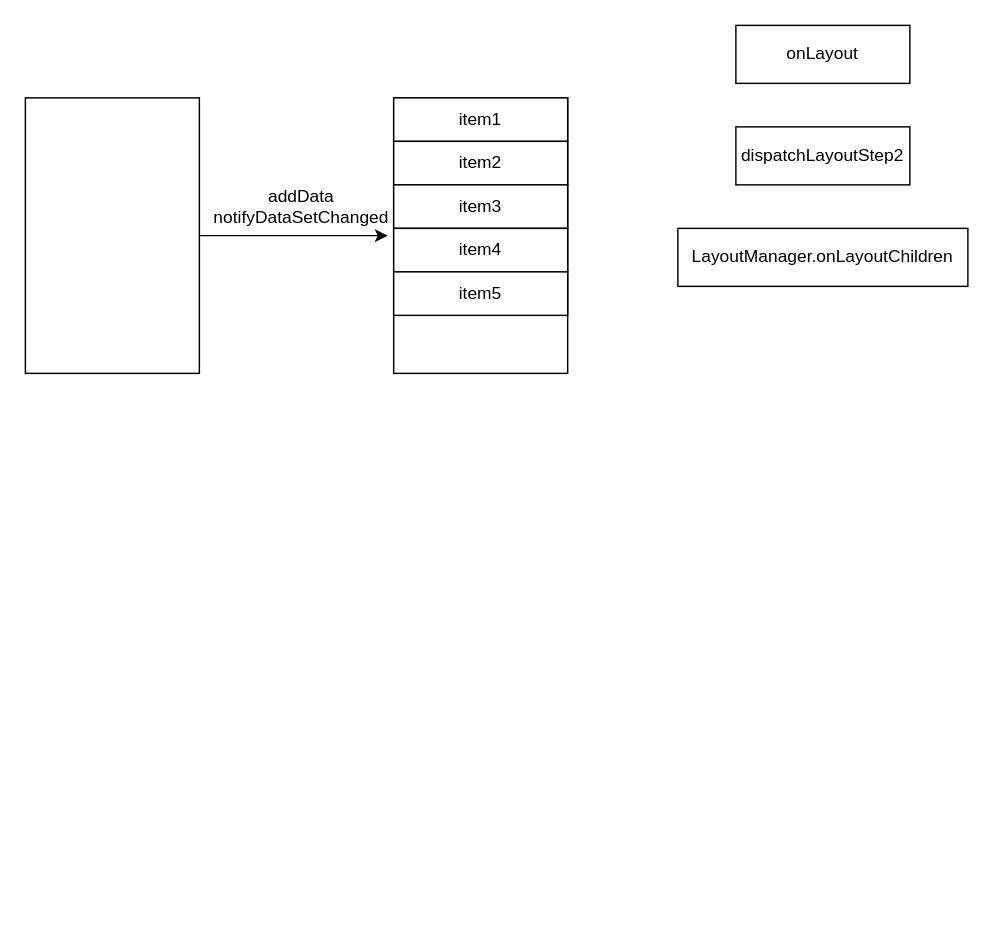
Before: RecycleView.drawio in Eanam/PointlessDiagram, a draw.io diagram. Source tidied: cells renumbered, new cells numbered last; positions are measured from the earlier drawing's top-left corner, leaving out a move shared by most shapes. Both pictures are drawn from the tidied source at 145%, with x=0, y=0 at pixel (25, 25).
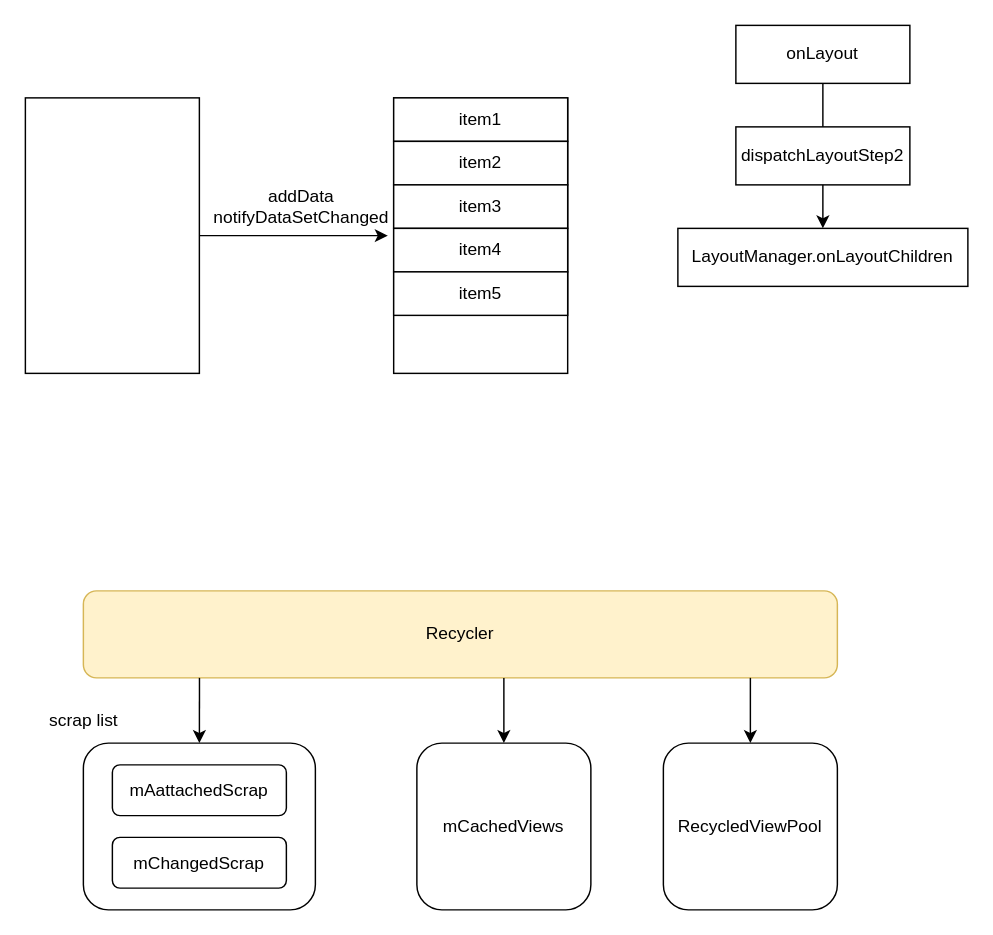
After the change.

Unchanged cells that the change refers to:
```xml
<mxCell id="11" value="onLayout" style="rounded=0;whiteSpace=wrap;html=1;" parent="1" vertex="1">
  <mxGeometry x="490" width="120" height="40" as="geometry" />
</mxCell>
<mxCell id="13" value="LayoutManager.onLayoutChildren" style="rounded=0;whiteSpace=wrap;html=1;" parent="1" vertex="1">
  <mxGeometry x="450" y="140" width="200" height="40" as="geometry" />
</mxCell>
```

The edit, as a diff of the source:
```diff
@@
+    <mxCell id="14" style="edgeStyle=orthogonalEdgeStyle;rounded=0;jettySize=auto;html=1;" parent="1" edge="1" source="11" target="13">
+      <mxGeometry relative="1" as="geometry" />
+    </mxCell>
@@
+    <mxCell id="15" value="Recycler" style="rounded=1;whiteSpace=wrap;html=1;fillColor=#fff2cc;strokeColor=#d6b656;" parent="1" vertex="1">
+      <mxGeometry x="40" y="390" width="520" height="60" as="geometry" />
+    </mxCell>
+    <mxCell id="16" style="rounded=1;whiteSpace=wrap;html=1;" parent="1" vertex="1">
+      <mxGeometry x="40" y="495" width="160" height="115" as="geometry" />
+    </mxCell>
+    <mxCell id="17" value="mAattachedScrap" style="rounded=1;whiteSpace=wrap;html=1;" parent="1" vertex="1">
+      <mxGeometry x="60" y="510" width="120" height="35" as="geometry" />
+    </mxCell>
+    <mxCell id="18" value="mChangedScrap" style="rounded=1;whiteSpace=wrap;html=1;" parent="1" vertex="1">
+      <mxGeometry x="60" y="560" width="120" height="35" as="geometry" />
+    </mxCell>
+    <mxCell id="19" value="mCachedViews" style="rounded=1;whiteSpace=wrap;html=1;" parent="1" vertex="1">
+      <mxGeometry x="270" y="495" width="120" height="115" as="geometry" />
+    </mxCell>
+    <mxCell id="20" value="RecycledViewPool" style="rounded=1;whiteSpace=wrap;html=1;" parent="1" vertex="1">
+      <mxGeometry x="440" y="495" width="120" height="115" as="geometry" />
+    </mxCell>
+    <mxCell id="21" style="endArrow=classic;html=1;entryX=0.5;entryY=0;entryDx=0;entryDy=0;exitX=0.154;exitY=1;exitDx=0;exitDy=0;exitPerimeter=0;" parent="1" edge="1" source="15" target="16">
+      <mxGeometry relative="1" as="geometry" />
+    </mxCell>
+    <mxCell id="22" style="endArrow=classic;html=1;entryX=0.5;entryY=0;entryDx=0;entryDy=0;" parent="1" edge="1" target="19">
+      <mxGeometry relative="1" as="geometry">
+        <mxPoint x="330" y="450" as="sourcePoint" />
+      </mxGeometry>
+    </mxCell>
+    <mxCell id="23" style="endArrow=classic;html=1;entryX=0.5;entryY=0;entryDx=0;entryDy=0;" parent="1" edge="1" target="20">
+      <mxGeometry relative="1" as="geometry">
+        <mxPoint x="500" y="450" as="sourcePoint" />
+      </mxGeometry>
+    </mxCell>
+    <mxCell id="24" value="scrap list" style="text;html=1;align=center;verticalAlign=middle;strokeColor=none;" parent="1" vertex="1">
+      <mxGeometry x="10" y="470" width="60" height="20" as="geometry" />
+    </mxCell>
```
